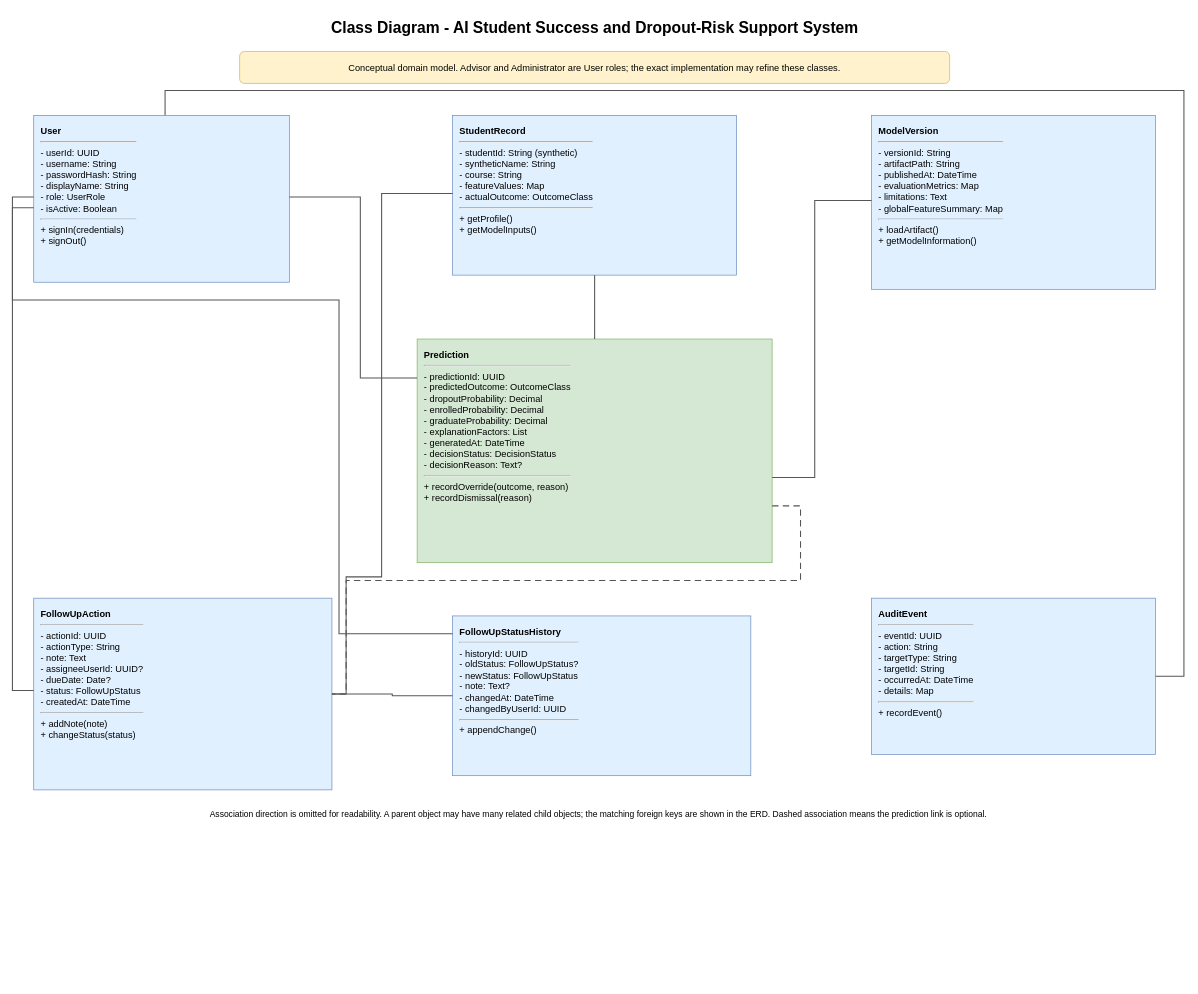
zeinalmajaly/SE-GP02 keeps this draw.io diagram as uml/class_diagram.drawio. Above is the earlier version. Source tidied: cells renumbered, new cells numbered last; positions are measured from the earlier drawing's top-left corner, leaving out a move shared by most shapes. Both pictures are drawn from the tidied source at 71%, with x=0, y=0 at pixel (12, 12).
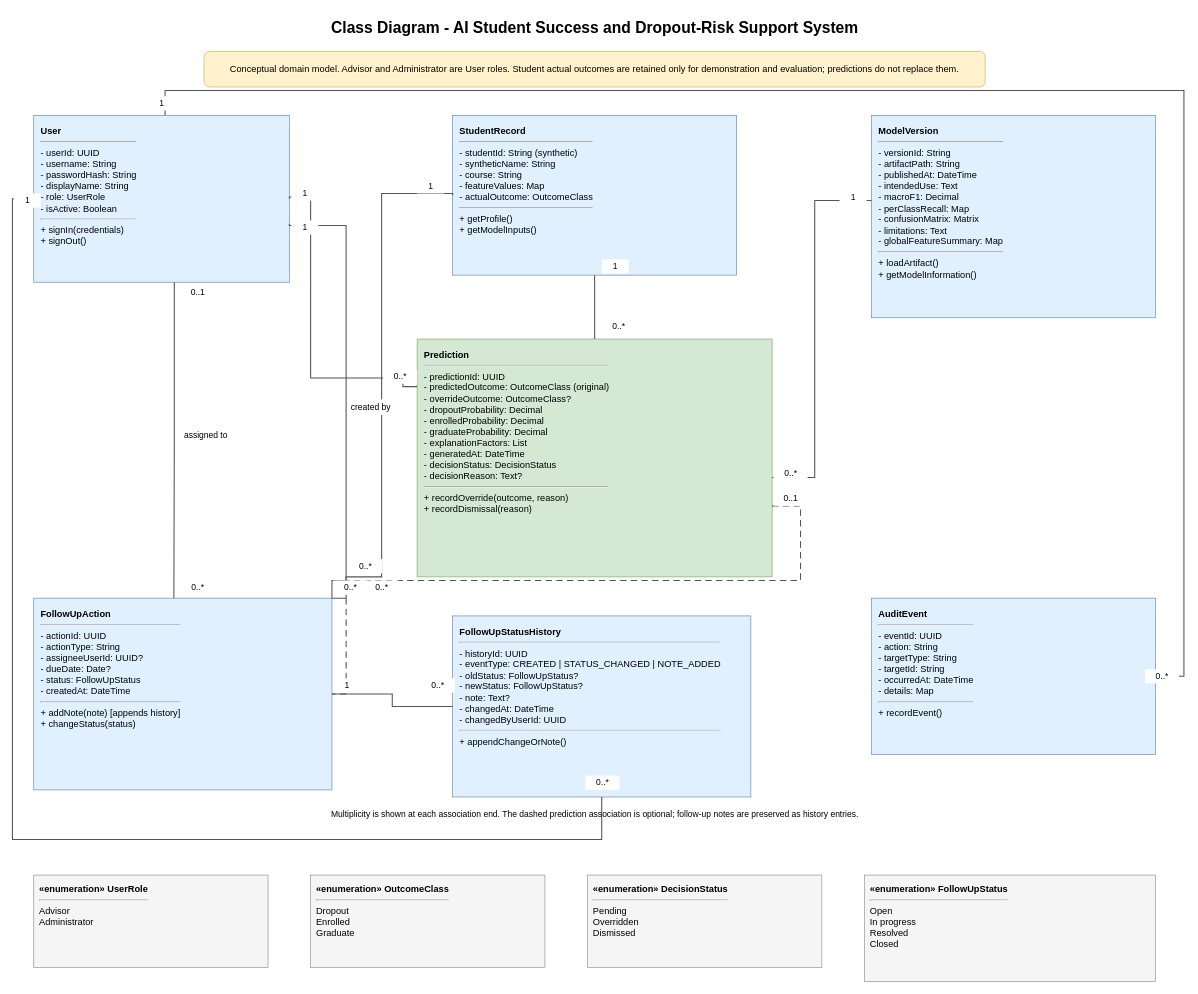
Above is the later version.

Commit message (it also covers changes not shown here):
erd and class diagrams/renders fixing

The change refers to these unchanged cells:
```xml
<mxCell id="4" value="&lt;b&gt;User&lt;/b&gt;&lt;hr/&gt;- userId: UUID&lt;br/&gt;- username: String&lt;br/&gt;- passwordHash: String&lt;br/&gt;- displayName: String&lt;br/&gt;- role: UserRole&lt;br/&gt;- isActive: Boolean&lt;br/&gt;&lt;hr/&gt;+ signIn(credentials)&lt;br/&gt;+ signOut()" style="rounded=0;whiteSpace=wrap;html=1;fillColor=#e1f0ff;strokeColor=#6c8ebf;fontSize=13;align=left;verticalAlign=top;spacing=10;" parent="1" vertex="1">
  <mxGeometry x="30" y="145" width="360" height="235" as="geometry" />
</mxCell>
<mxCell id="5" value="&lt;b&gt;StudentRecord&lt;/b&gt;&lt;hr/&gt;- studentId: String (synthetic)&lt;br/&gt;- syntheticName: String&lt;br/&gt;- course: String&lt;br/&gt;- featureValues: Map&lt;br/&gt;- actualOutcome: OutcomeClass&lt;br/&gt;&lt;hr/&gt;+ getProfile()&lt;br/&gt;+ getModelInputs()" style="rounded=0;whiteSpace=wrap;html=1;fillColor=#e1f0ff;strokeColor=#6c8ebf;fontSize=13;align=left;verticalAlign=top;spacing=10;" parent="1" vertex="1">
  <mxGeometry x="620" y="145" width="400" height="225" as="geometry" />
</mxCell>
```

Diff of the diagram source:
```diff
@@
-    <mxCell id="3" value="Conceptual domain model. Advisor and Administrator are User roles; the exact implementation may refine these classes." style="rounded=1;whiteSpace=wrap;html=1;fillColor=#fff2cc;strokeColor=#d6b656;fontSize=13;" parent="1" vertex="1">
-      <mxGeometry x="320" y="55" width="1000" height="45" as="geometry" />
+    <mxCell id="3" value="Conceptual domain model. Advisor and Administrator are User roles. Student actual outcomes are retained only for demonstration and evaluation; predictions do not replace them." style="rounded=1;whiteSpace=wrap;html=1;fillColor=#fff2cc;strokeColor=#d6b656;fontSize=13;" parent="1" vertex="1">
+      <mxGeometry x="270" y="55" width="1100" height="50" as="geometry" />
     </mxCell>
@@
-    <mxCell id="6" value="&lt;b&gt;ModelVersion&lt;/b&gt;&lt;hr/&gt;- versionId: String&lt;br/&gt;- artifactPath: String&lt;br/&gt;- publishedAt: DateTime&lt;br/&gt;- evaluationMetrics: Map&lt;br/&gt;- limitations: Text&lt;br/&gt;- globalFeatureSummary: Map&lt;br/&gt;&lt;hr/&gt;+ loadArtifact()&lt;br/&gt;+ getModelInformation()" style="rounded=0;whiteSpace=wrap;html=1;fillColor=#e1f0ff;strokeColor=#6c8ebf;fontSize=13;align=left;verticalAlign=top;spacing=10;" parent="1" vertex="1">
-      <mxGeometry x="1210" y="145" width="400" height="245" as="geometry" />
+    <mxCell id="6" value="&lt;b&gt;ModelVersion&lt;/b&gt;&lt;hr/&gt;- versionId: String&lt;br/&gt;- artifactPath: String&lt;br/&gt;- publishedAt: DateTime&lt;br/&gt;- intendedUse: Text&lt;br/&gt;- macroF1: Decimal&lt;br/&gt;- perClassRecall: Map&lt;br/&gt;- confusionMatrix: Matrix&lt;br/&gt;- limitations: Text&lt;br/&gt;- globalFeatureSummary: Map&lt;br/&gt;&lt;hr/&gt;+ loadArtifact()&lt;br/&gt;+ getModelInformation()" style="rounded=0;whiteSpace=wrap;html=1;fillColor=#e1f0ff;strokeColor=#6c8ebf;fontSize=13;align=left;verticalAlign=top;spacing=10;" parent="1" vertex="1">
+      <mxGeometry x="1210" y="145" width="400" height="285" as="geometry" />
     </mxCell>
-    <mxCell id="7" value="&lt;b&gt;Prediction&lt;/b&gt;&lt;hr/&gt;- predictionId: UUID&lt;br/&gt;- predictedOutcome: OutcomeClass&lt;br/&gt;- dropoutProbability: Decimal&lt;br/&gt;- enrolledProbability: Decimal&lt;br/&gt;- graduateProbability: Decimal&lt;br/&gt;- explanationFactors: List&lt;br/&gt;- generatedAt: DateTime&lt;br/&gt;- decisionStatus: DecisionStatus&lt;br/&gt;- decisionReason: Text?&lt;br/&gt;&lt;hr/&gt;+ recordOverride(outcome, reason)&lt;br/&gt;+ recordDismissal(reason)" style="rounded=0;whiteSpace=wrap;html=1;fillColor=#d5e8d4;strokeColor=#82b366;fontSize=13;align=left;verticalAlign=top;spacing=10;" parent="1" vertex="1">
-      <mxGeometry x="570" y="460" width="500" height="315" as="geometry" />
+    <mxCell id="7" value="&lt;b&gt;Prediction&lt;/b&gt;&lt;hr/&gt;- predictionId: UUID&lt;br/&gt;- predictedOutcome: OutcomeClass (original)&lt;br/&gt;- overrideOutcome: OutcomeClass?&lt;br/&gt;- dropoutProbability: Decimal&lt;br/&gt;- enrolledProbability: Decimal&lt;br/&gt;- graduateProbability: Decimal&lt;br/&gt;- explanationFactors: List&lt;br/&gt;- generatedAt: DateTime&lt;br/&gt;- decisionStatus: DecisionStatus&lt;br/&gt;- decisionReason: Text?&lt;br/&gt;&lt;hr/&gt;+ recordOverride(outcome, reason)&lt;br/&gt;+ recordDismissal(reason)" style="rounded=0;whiteSpace=wrap;html=1;fillColor=#d5e8d4;strokeColor=#82b366;fontSize=13;align=left;verticalAlign=top;spacing=10;" parent="1" vertex="1">
+      <mxGeometry x="570" y="460" width="500" height="335" as="geometry" />
     </mxCell>
-    <mxCell id="8" value="&lt;b&gt;FollowUpAction&lt;/b&gt;&lt;hr/&gt;- actionId: UUID&lt;br/&gt;- actionType: String&lt;br/&gt;- note: Text&lt;br/&gt;- assigneeUserId: UUID?&lt;br/&gt;- dueDate: Date?&lt;br/&gt;- status: FollowUpStatus&lt;br/&gt;- createdAt: DateTime&lt;br/&gt;&lt;hr/&gt;+ addNote(note)&lt;br/&gt;+ changeStatus(status)" style="rounded=0;whiteSpace=wrap;html=1;fillColor=#e1f0ff;strokeColor=#6c8ebf;fontSize=13;align=left;verticalAlign=top;spacing=10;" parent="1" vertex="1">
+    <mxCell id="8" value="&lt;b&gt;FollowUpAction&lt;/b&gt;&lt;hr/&gt;- actionId: UUID&lt;br/&gt;- actionType: String&lt;br/&gt;- assigneeUserId: UUID?&lt;br/&gt;- dueDate: Date?&lt;br/&gt;- status: FollowUpStatus&lt;br/&gt;- createdAt: DateTime&lt;br/&gt;&lt;hr/&gt;+ addNote(note) [appends history]&lt;br/&gt;+ changeStatus(status)" style="rounded=0;whiteSpace=wrap;html=1;fillColor=#e1f0ff;strokeColor=#6c8ebf;fontSize=13;align=left;verticalAlign=top;spacing=10;" parent="1" vertex="1">
       <mxGeometry x="30" y="825" width="420" height="270" as="geometry" />
     </mxCell>
-    <mxCell id="9" value="&lt;b&gt;FollowUpStatusHistory&lt;/b&gt;&lt;hr/&gt;- historyId: UUID&lt;br/&gt;- oldStatus: FollowUpStatus?&lt;br/&gt;- newStatus: FollowUpStatus&lt;br/&gt;- note: Text?&lt;br/&gt;- changedAt: DateTime&lt;br/&gt;- changedByUserId: UUID&lt;br/&gt;&lt;hr/&gt;+ appendChange()" style="rounded=0;whiteSpace=wrap;html=1;fillColor=#e1f0ff;strokeColor=#6c8ebf;fontSize=13;align=left;verticalAlign=top;spacing=10;" parent="1" vertex="1">
-      <mxGeometry x="620" y="850" width="420" height="225" as="geometry" />
+    <mxCell id="9" value="&lt;b&gt;FollowUpStatusHistory&lt;/b&gt;&lt;hr/&gt;- historyId: UUID&lt;br/&gt;- eventType: CREATED | STATUS_CHANGED | NOTE_ADDED&lt;br/&gt;- oldStatus: FollowUpStatus?&lt;br/&gt;- newStatus: FollowUpStatus?&lt;br/&gt;- note: Text?&lt;br/&gt;- changedAt: DateTime&lt;br/&gt;- changedByUserId: UUID&lt;br/&gt;&lt;hr/&gt;+ appendChangeOrNote()" style="rounded=0;whiteSpace=wrap;html=1;fillColor=#e1f0ff;strokeColor=#6c8ebf;fontSize=13;align=left;verticalAlign=top;spacing=10;" parent="1" vertex="1">
+      <mxGeometry x="620" y="850" width="420" height="255" as="geometry" />
     </mxCell>
@@
-    <mxCell id="11" style="edgeStyle=orthogonalEdgeStyle;rounded=0;jettySize=auto;html=1;endArrow=none;startArrow=none;strokeWidth=1.5;strokeColor=#555555;" parent="1" edge="1" source="4" target="7">
+    <mxCell id="11" style="edgeStyle=orthogonalEdgeStyle;rounded=0;jettySize=auto;html=1;endArrow=none;startArrow=none;strokeWidth=1.5;strokeColor=#555555;exitX=1;exitY=0.5;entryX=0;entryY=0.2;" parent="1" edge="1" source="4" target="7">
       <mxGeometry relative="1" as="geometry">
         <Array as="points">
-          <mxPoint x="490" y="260" />
-          <mxPoint x="490" y="515" />
+          <mxPoint x="420" y="260" />
+          <mxPoint x="420" y="515" />
+          <mxPoint x="550" y="515" />
         </Array>
       </mxGeometry>
     </mxCell>
@@
-    <mxCell id="14" style="edgeStyle=orthogonalEdgeStyle;rounded=0;jettySize=auto;html=1;endArrow=none;startArrow=none;strokeWidth=1.5;strokeColor=#555555;" parent="1" edge="1" source="4" target="8">
+    <mxCell id="14" style="edgeStyle=orthogonalEdgeStyle;rounded=0;jettySize=auto;html=1;endArrow=none;startArrow=none;strokeWidth=1.5;strokeColor=#555555;exitX=1;exitY=0.65;entryX=1;entryY=0;" parent="1" edge="1" source="4" target="8">
       <mxGeometry relative="1" as="geometry">
         <Array as="points">
-          <mxPoint y="260" />
-          <mxPoint y="955" />
+          <mxPoint x="470" y="300" />
+          <mxPoint x="470" y="800" />
         </Array>
       </mxGeometry>
     </mxCell>
-    <mxCell id="15" style="edgeStyle=orthogonalEdgeStyle;rounded=0;jettySize=auto;html=1;endArrow=none;startArrow=none;strokeWidth=1.5;strokeColor=#555555;" parent="1" edge="1" source="5" target="8">
+    <mxCell id="15" style="edgeStyle=orthogonalEdgeStyle;rounded=0;jettySize=auto;html=1;endArrow=none;startArrow=none;strokeWidth=1.5;strokeColor=#555555;exitX=0;exitY=0.5;entryX=1;entryY=0;" parent="1" edge="1" source="5" target="8">
       <mxGeometry relative="1" as="geometry">
         <Array as="points">
           <mxPoint x="520" y="255" />
           <mxPoint x="520" y="795" />
           <mxPoint x="470" y="795" />
         </Array>
       </mxGeometry>
     </mxCell>
@@
-    <mxCell id="19" style="edgeStyle=orthogonalEdgeStyle;rounded=0;jettySize=auto;html=1;endArrow=none;startArrow=none;strokeWidth=1.5;strokeColor=#555555;" parent="1" edge="1" source="4" target="9">
+    <mxCell id="19" style="edgeStyle=orthogonalEdgeStyle;rounded=0;jettySize=auto;html=1;endArrow=none;startArrow=none;strokeWidth=1.5;strokeColor=#555555;exitX=0;exitY=0.5;entryX=0.5;entryY=1;" parent="1" edge="1" source="4" target="9">
       <mxGeometry relative="1" as="geometry">
         <Array as="points">
-          <mxPoint y="275" />
-          <mxPoint y="405" />
-          <mxPoint x="460" y="405" />
-          <mxPoint x="460" y="875" />
+          <mxPoint y="262" />
+          <mxPoint y="1165" />
+          <mxPoint x="830" y="1165" />
         </Array>
       </mxGeometry>
     </mxCell>
+    <mxCell id="21" style="edgeStyle=orthogonalEdgeStyle;rounded=0;jettySize=auto;html=1;endArrow=none;startArrow=none;strokeWidth=1.5;strokeColor=#555555;exitX=0.55;exitY=1;entryX=0.47;entryY=0;" parent="1" edge="1" source="4" target="8">
+      <mxGeometry relative="1" as="geometry" />
+    </mxCell>
-    <mxCell id="20" value="Association direction is omitted for readability. A parent object may have many related child objects; the matching foreign keys are shown in the ERD. Dashed association means the prediction link is optional." style="text;html=1;align=center;verticalAlign=middle;fontSize=12;" parent="1" vertex="1">
-      <mxGeometry x="300" y="1110" width="1050" height="40" as="geometry" />
+    <mxCell id="20" value="Multiplicity is shown at each association end. The dashed prediction association is optional; follow-up notes are preserved as history entries." style="text;html=1;align=center;verticalAlign=middle;fontSize=12;" parent="1" vertex="1">
+      <mxGeometry x="270" y="1110" width="1100" height="40" as="geometry" />
     </mxCell>
+    <mxCell id="22" value="1" style="text;html=1;align=center;verticalAlign=middle;fontSize=12;fillColor=#FFFFFF;strokeColor=none;" parent="1" vertex="1">
+      <mxGeometry x="393" y="245" width="38" height="20" as="geometry" />
+    </mxCell>
+    <mxCell id="23" value="0..*" style="text;html=1;align=center;verticalAlign=middle;fontSize=12;fillColor=#FFFFFF;strokeColor=none;" parent="1" vertex="1">
+      <mxGeometry x="522" y="503" width="48" height="20" as="geometry" />
+    </mxCell>
+    <mxCell id="24" value="1" style="text;html=1;align=center;verticalAlign=middle;fontSize=12;fillColor=#FFFFFF;strokeColor=none;" parent="1" vertex="1">
+      <mxGeometry x="830" y="348" width="38" height="20" as="geometry" />
+    </mxCell>
+    <mxCell id="25" value="0..*" style="text;html=1;align=center;verticalAlign=middle;fontSize=12;fillColor=#FFFFFF;strokeColor=none;" parent="1" vertex="1">
+      <mxGeometry x="830" y="433" width="48" height="20" as="geometry" />
+    </mxCell>
+    <mxCell id="26" value="1" style="text;html=1;align=center;verticalAlign=middle;fontSize=12;fillColor=#FFFFFF;strokeColor=none;" parent="1" vertex="1">
+      <mxGeometry x="1165" y="250" width="38" height="20" as="geometry" />
+    </mxCell>
+    <mxCell id="27" value="0..*" style="text;html=1;align=center;verticalAlign=middle;fontSize=12;fillColor=#FFFFFF;strokeColor=none;" parent="1" vertex="1">
+      <mxGeometry x="1072" y="640" width="48" height="20" as="geometry" />
+    </mxCell>
+    <mxCell id="28" value="1" style="text;html=1;align=center;verticalAlign=middle;fontSize=12;fillColor=#FFFFFF;strokeColor=none;" parent="1" vertex="1">
+      <mxGeometry x="393" y="293" width="38" height="20" as="geometry" />
+    </mxCell>
+    <mxCell id="29" value="0..*" style="text;html=1;align=center;verticalAlign=middle;fontSize=12;fillColor=#FFFFFF;strokeColor=none;" parent="1" vertex="1">
+      <mxGeometry x="452" y="800" width="48" height="20" as="geometry" />
+    </mxCell>
+    <mxCell id="30" value="1" style="text;html=1;align=center;verticalAlign=middle;fontSize=12;fillColor=#FFFFFF;strokeColor=none;" parent="1" vertex="1">
+      <mxGeometry x="570" y="235" width="38" height="20" as="geometry" />
+    </mxCell>
+    <mxCell id="31" value="0..*" style="text;html=1;align=center;verticalAlign=middle;fontSize=12;fillColor=#FFFFFF;strokeColor=none;" parent="1" vertex="1">
+      <mxGeometry x="473" y="770" width="48" height="20" as="geometry" />
+    </mxCell>
+    <mxCell id="32" value="0..1" style="text;html=1;align=center;verticalAlign=middle;fontSize=12;fillColor=#FFFFFF;strokeColor=none;" parent="1" vertex="1">
+      <mxGeometry x="1072" y="675" width="48" height="20" as="geometry" />
+    </mxCell>
+    <mxCell id="33" value="0..*" style="text;html=1;align=center;verticalAlign=middle;fontSize=12;fillColor=#FFFFFF;strokeColor=none;" parent="1" vertex="1">
+      <mxGeometry x="496" y="800" width="48" height="20" as="geometry" />
+    </mxCell>
+    <mxCell id="34" value="1" style="text;html=1;align=center;verticalAlign=middle;fontSize=12;fillColor=#FFFFFF;strokeColor=none;" parent="1" vertex="1">
+      <mxGeometry x="452" y="938" width="38" height="20" as="geometry" />
+    </mxCell>
+    <mxCell id="35" value="0..*" style="text;html=1;align=center;verticalAlign=middle;fontSize=12;fillColor=#FFFFFF;strokeColor=none;" parent="1" vertex="1">
+      <mxGeometry x="575" y="938" width="48" height="20" as="geometry" />
+    </mxCell>
+    <mxCell id="36" value="1" style="text;html=1;align=center;verticalAlign=middle;fontSize=12;fillColor=#FFFFFF;strokeColor=none;" parent="1" vertex="1">
+      <mxGeometry x="191" y="118" width="38" height="20" as="geometry" />
+    </mxCell>
+    <mxCell id="37" value="0..*" style="text;html=1;align=center;verticalAlign=middle;fontSize=12;fillColor=#FFFFFF;strokeColor=none;" parent="1" vertex="1">
+      <mxGeometry x="1595" y="925" width="48" height="20" as="geometry" />
+    </mxCell>
+    <mxCell id="38" value="1" style="text;html=1;align=center;verticalAlign=middle;fontSize=12;fillColor=#FFFFFF;strokeColor=none;" parent="1" vertex="1">
+      <mxGeometry x="2" y="255" width="38" height="20" as="geometry" />
+    </mxCell>
+    <mxCell id="39" value="0..*" style="text;html=1;align=center;verticalAlign=middle;fontSize=12;fillColor=#FFFFFF;strokeColor=none;" parent="1" vertex="1">
+      <mxGeometry x="807" y="1075" width="48" height="20" as="geometry" />
+    </mxCell>
+    <mxCell id="40" value="0..1" style="text;html=1;align=center;verticalAlign=middle;fontSize=12;fillColor=#FFFFFF;strokeColor=none;" parent="1" vertex="1">
+      <mxGeometry x="237" y="385" width="48" height="20" as="geometry" />
+    </mxCell>
+    <mxCell id="41" value="0..*" style="text;html=1;align=center;verticalAlign=middle;fontSize=12;fillColor=#FFFFFF;strokeColor=none;" parent="1" vertex="1">
+      <mxGeometry x="237" y="800" width="48" height="20" as="geometry" />
+    </mxCell>
+    <mxCell id="42" value="&lt;b&gt;«enumeration» UserRole&lt;/b&gt;&lt;hr/&gt;Advisor&lt;br/&gt;Administrator" style="rounded=0;whiteSpace=wrap;html=1;fillColor=#f5f5f5;strokeColor=#999999;fontSize=13;align=left;verticalAlign=top;spacing=8;" parent="1" vertex="1">
+      <mxGeometry x="30" y="1215" width="330" height="130" as="geometry" />
+    </mxCell>
+    <mxCell id="43" value="&lt;b&gt;«enumeration» OutcomeClass&lt;/b&gt;&lt;hr/&gt;Dropout&lt;br/&gt;Enrolled&lt;br/&gt;Graduate" style="rounded=0;whiteSpace=wrap;html=1;fillColor=#f5f5f5;strokeColor=#999999;fontSize=13;align=left;verticalAlign=top;spacing=8;" parent="1" vertex="1">
+      <mxGeometry x="420" y="1215" width="330" height="130" as="geometry" />
+    </mxCell>
+    <mxCell id="44" value="&lt;b&gt;«enumeration» DecisionStatus&lt;/b&gt;&lt;hr/&gt;Pending&lt;br/&gt;Overridden&lt;br/&gt;Dismissed" style="rounded=0;whiteSpace=wrap;html=1;fillColor=#f5f5f5;strokeColor=#999999;fontSize=13;align=left;verticalAlign=top;spacing=8;" parent="1" vertex="1">
+      <mxGeometry x="810" y="1215" width="330" height="130" as="geometry" />
+    </mxCell>
+    <mxCell id="45" value="&lt;b&gt;«enumeration» FollowUpStatus&lt;/b&gt;&lt;hr/&gt;Open&lt;br/&gt;In progress&lt;br/&gt;Resolved&lt;br/&gt;Closed" style="rounded=0;whiteSpace=wrap;html=1;fillColor=#f5f5f5;strokeColor=#999999;fontSize=13;align=left;verticalAlign=top;spacing=8;" parent="1" vertex="1">
+      <mxGeometry x="1200" y="1215" width="410" height="150" as="geometry" />
+    </mxCell>
+    <mxCell id="46" value="created by" style="text;html=1;align=left;verticalAlign=middle;fontSize=12;fillColor=#FFFFFF;strokeColor=none;" parent="1" vertex="1">
+      <mxGeometry x="475" y="545" width="90" height="22" as="geometry" />
+    </mxCell>
+    <mxCell id="47" value="assigned to" style="text;html=1;align=left;verticalAlign=middle;fontSize=12;fillColor=#FFFFFF;strokeColor=none;" parent="1" vertex="1">
+      <mxGeometry x="240" y="585" width="85" height="22" as="geometry" />
+    </mxCell>
```
